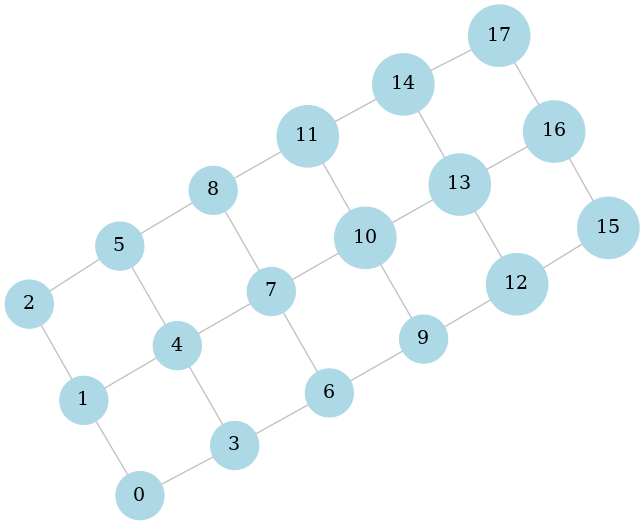
Earlier version of the Graphviz export figs/lattice2DGraph.png (fieldofnodes/MBQC). Its source is kept beside it as figs/lattice2DGraph.dot.
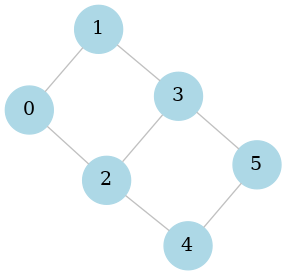
The same file after the commit.

What changed in the source:
```diff
@@ -5,43 +5,11 @@
 3;
 4;
 5;
-6;
-7;
-8;
-9;
-10;
-11;
-12;
-13;
-14;
-15;
-16;
-17;
 0--1 ;
-0--3 ;
-3--4 ;
-3--6 ;
-6--7 ;
-6--9 ;
-9--10 ;
-9--12 ;
-12--13 ;
-12--15 ;
-15--16 ;
-1--2 ;
-1--4 ;
+0--2 ;
+2--3 ;
+2--4 ;
 4--5 ;
-4--7 ;
-7--8 ;
-7--10 ;
-10--11 ;
-10--13 ;
-13--14 ;
-13--16 ;
-16--17 ;
-2--5 ;
-5--8 ;
-8--11 ;
-11--14 ;
-14--17 ;
+1--3 ;
+3--5 ;
 }
```
